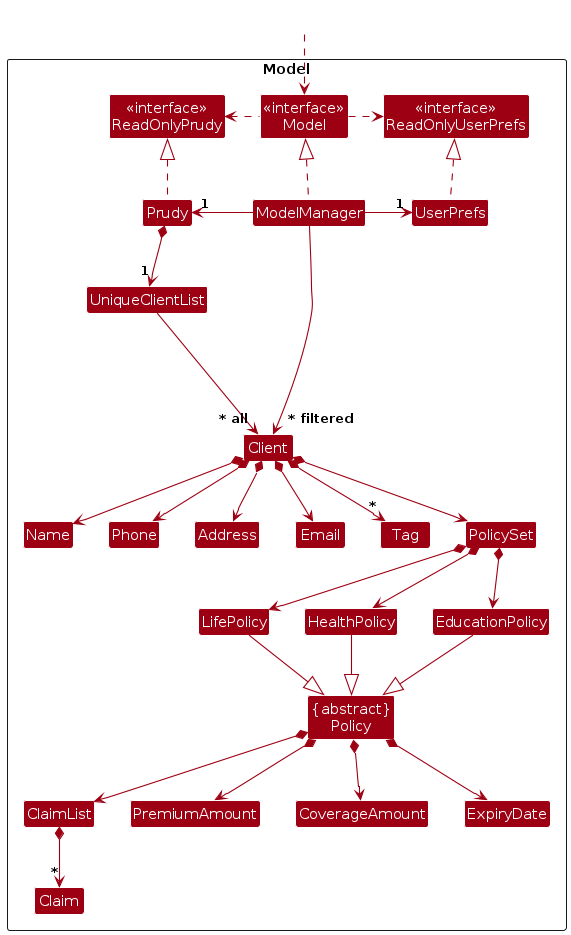
This is diagrams/ModelClassDiagram.png from AY2425S1-CS2103T-T14-1/tp, a PlantUML export, as it was before one commit. Its source is kept beside it as diagrams/ModelClassDiagram.puml.
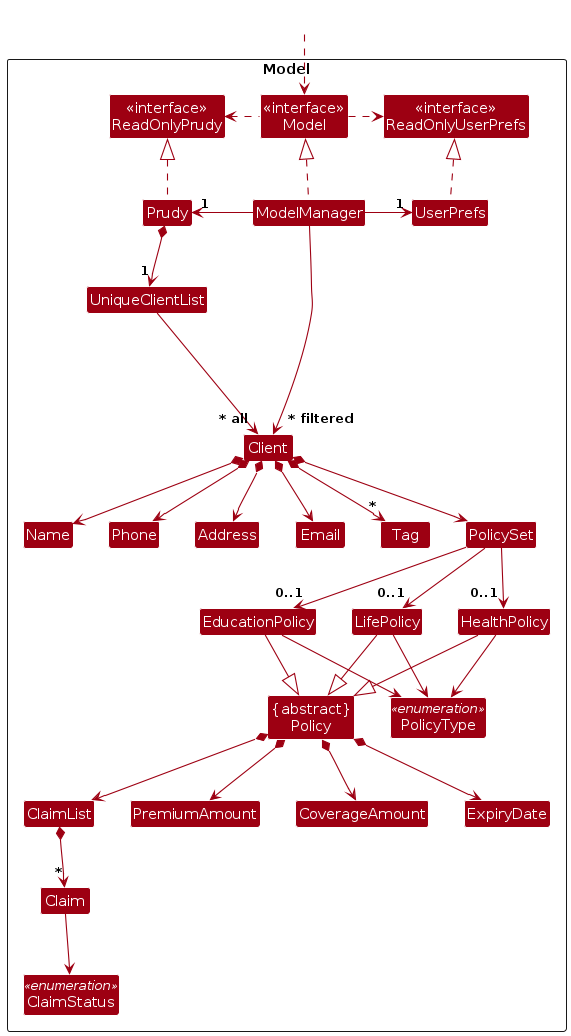
The same file after the commit.

What changed in the source:
```diff
@@ -26,10 +26,25 @@
 Class "{abstract}\nPolicy" as Policy
 Class ClaimList
 Class Claim
+
+
+Enum PolicyType <<enumeration>> {
+    + LIFE
+    + HEALTH
+    + EDUCATION
+}
+
+Enum ClaimStatus <<enumeration>> {
+    + PENDING
+    + APPROVED
+    + REJECTED
+}
+
 Class PremiumAmount
 Class CoverageAmount
 Class ExpiryDate
 Class I #FFFFFF
+
 }
 
 Class HiddenOutside #FFFFFF
@@ -52,9 +67,9 @@
 Client *--> Address
 Client *--> "*" Tag
 Client *--> PolicySet
-PolicySet *--> LifePolicy
-PolicySet *--> HealthPolicy
-PolicySet *--> EducationPolicy
+PolicySet --> "0..1" LifePolicy
+PolicySet --> "0..1" HealthPolicy
+PolicySet --> "0..1" EducationPolicy
 LifePolicy --|> Policy
 HealthPolicy --|> Policy
 EducationPolicy --|> Policy
@@ -63,6 +78,12 @@
 Policy *--> CoverageAmount
 Policy *--> ExpiryDate
 ClaimList *--> "*" Claim
+
+LifePolicy --> PolicyType
+HealthPolicy --> PolicyType
+EducationPolicy --> PolicyType
+
+Claim --> ClaimStatus
 
 Client -[hidden]up--> I
 UniqueClientList -[hidden]right-> I
```
